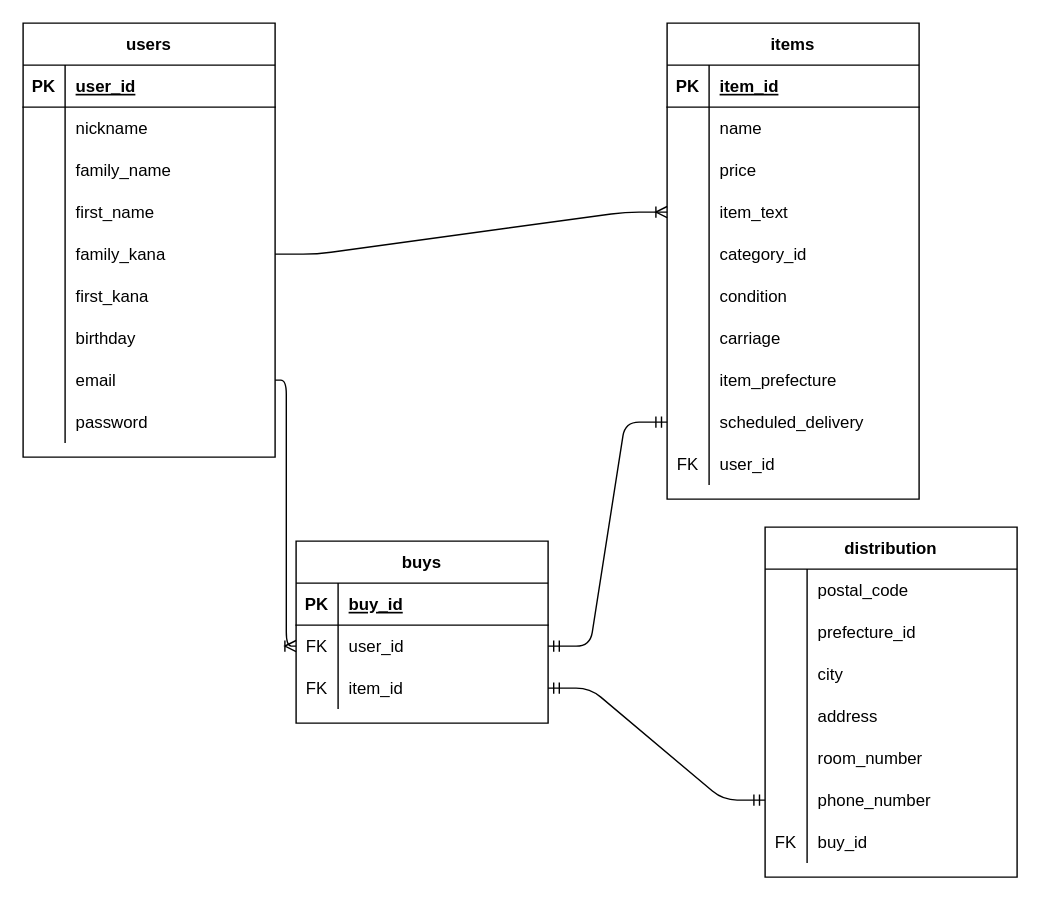
Before: ER.dio in oda2020-oiso/furima-33049, a draw.io diagram. Source tidied: cells renumbered, new cells numbered last; positions are measured from the earlier drawing's top-left corner, leaving out a move shared by most shapes. Both pictures are drawn from the tidied source at 140%, with x=0, y=0 at pixel (22, 22).
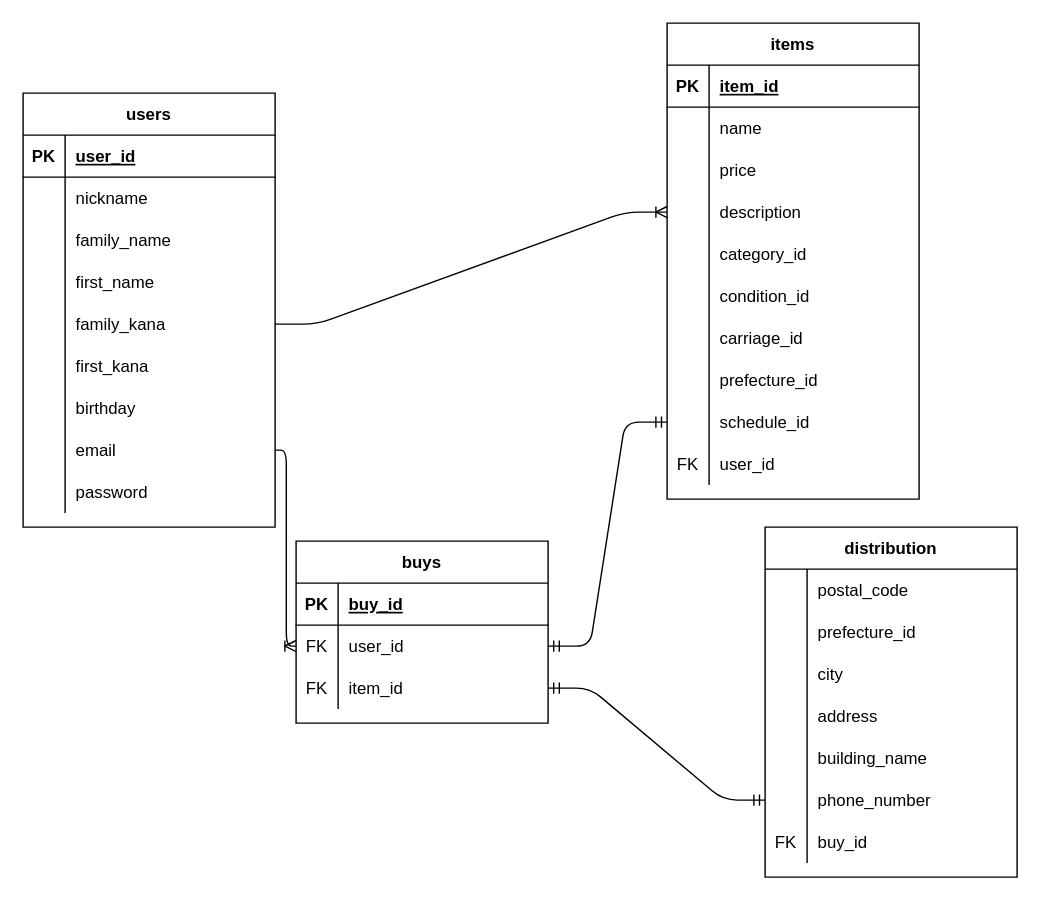
The same diagram, later.

Commit message (it also covers changes not shown here):
データベース設計訂正３回目

The change refers to these unchanged cells:
```xml
<mxCell id="40" style="shape=partialRectangle;fillColor=none;top=0;left=0;bottom=0;right=0;points=[[0,0.5],[1,0.5]];portConstraint=eastwest;" parent="30" vertex="1">
  <mxGeometry y="120" width="180" height="30" as="geometry" />
</mxCell>
<mxCell id="46" style="shape=partialRectangle;fillColor=none;top=0;left=0;bottom=0;right=0;" parent="30" vertex="1">
  <mxGeometry y="180" width="180" height="30" as="geometry" />
</mxCell>
<mxCell id="49" style="shape=partialRectangle;fillColor=none;top=0;left=0;bottom=0;right=0;" parent="30" vertex="1">
  <mxGeometry y="210" width="180" height="30" as="geometry" />
</mxCell>
<mxCell id="52" style="shape=partialRectangle;fillColor=none;top=0;left=0;bottom=0;right=0;" parent="30" vertex="1">
  <mxGeometry y="240" width="180" height="30" as="geometry" />
</mxCell>
<mxCell id="55" style="shape=partialRectangle;fillColor=none;top=0;left=0;bottom=0;right=0;points=[[0,0.5],[1,0.5]];portConstraint=eastwest;" parent="30" vertex="1">
  <mxGeometry y="270" width="180" height="30" as="geometry" />
</mxCell>
<mxCell id="85" style="shape=partialRectangle;fillColor=none;top=0;left=0;bottom=0;right=0;" parent="72" vertex="1">
  <mxGeometry y="150" width="180" height="30" as="geometry" />
</mxCell>
```

What changed in the source:
```diff
@@
     <mxCell id="2" value="users" style="shape=table;startSize=30;childLayout=tableLayout;rowLines=0;fontStyle=1;align=center;" parent="1" vertex="1">
-      <mxGeometry width="180" height="310" as="geometry" />
+      <mxGeometry y="50" width="180" height="310" as="geometry" />
     </mxCell>
@@
-    <mxCell id="42" value="item_text" style="shape=partialRectangle;fillColor=none;top=0;left=0;bottom=0;right=0;align=left;spacingLeft=6;overflow=hidden;" parent="40" vertex="1">
+    <mxCell id="42" value="description" style="shape=partialRectangle;fillColor=none;top=0;left=0;bottom=0;right=0;align=left;spacingLeft=6;overflow=hidden;" parent="40" vertex="1">
       <mxGeometry x="30" width="150" height="30" as="geometry" />
     </mxCell>
@@
-    <mxCell id="48" value="condition" style="shape=partialRectangle;fillColor=none;top=0;left=0;bottom=0;right=0;align=left;spacingLeft=6;overflow=hidden;" parent="46" vertex="1">
+    <mxCell id="48" value="condition_id" style="shape=partialRectangle;fillColor=none;top=0;left=0;bottom=0;right=0;align=left;spacingLeft=6;overflow=hidden;" parent="46" vertex="1">
       <mxGeometry x="30" width="150" height="30" as="geometry" />
     </mxCell>
@@
-    <mxCell id="51" value="carriage" style="shape=partialRectangle;fillColor=none;top=0;left=0;bottom=0;right=0;align=left;spacingLeft=6;overflow=hidden;" parent="49" vertex="1">
+    <mxCell id="51" value="carriage_id" style="shape=partialRectangle;fillColor=none;top=0;left=0;bottom=0;right=0;align=left;spacingLeft=6;overflow=hidden;" parent="49" vertex="1">
       <mxGeometry x="30" width="150" height="30" as="geometry" />
     </mxCell>
@@
-    <mxCell id="54" value="item_prefecture" style="shape=partialRectangle;fillColor=none;top=0;left=0;bottom=0;right=0;align=left;spacingLeft=6;overflow=hidden;" parent="52" vertex="1">
+    <mxCell id="54" value="prefecture_id" style="shape=partialRectangle;fillColor=none;top=0;left=0;bottom=0;right=0;align=left;spacingLeft=6;overflow=hidden;" parent="52" vertex="1">
       <mxGeometry x="30" width="150" height="30" as="geometry" />
     </mxCell>
@@
-    <mxCell id="57" value="scheduled_delivery" style="shape=partialRectangle;fillColor=none;top=0;left=0;bottom=0;right=0;align=left;spacingLeft=6;overflow=hidden;" parent="55" vertex="1">
+    <mxCell id="57" value="schedule_id" style="shape=partialRectangle;fillColor=none;top=0;left=0;bottom=0;right=0;align=left;spacingLeft=6;overflow=hidden;" parent="55" vertex="1">
       <mxGeometry x="30" width="150" height="30" as="geometry" />
     </mxCell>
@@
-    <mxCell id="87" value="room_number" style="shape=partialRectangle;fillColor=none;top=0;left=0;bottom=0;right=0;align=left;spacingLeft=6;overflow=hidden;" parent="85" vertex="1">
+    <mxCell id="87" value="building_name" style="shape=partialRectangle;fillColor=none;top=0;left=0;bottom=0;right=0;align=left;spacingLeft=6;overflow=hidden;" parent="85" vertex="1">
       <mxGeometry x="30" width="150" height="30" as="geometry" />
     </mxCell>
```
